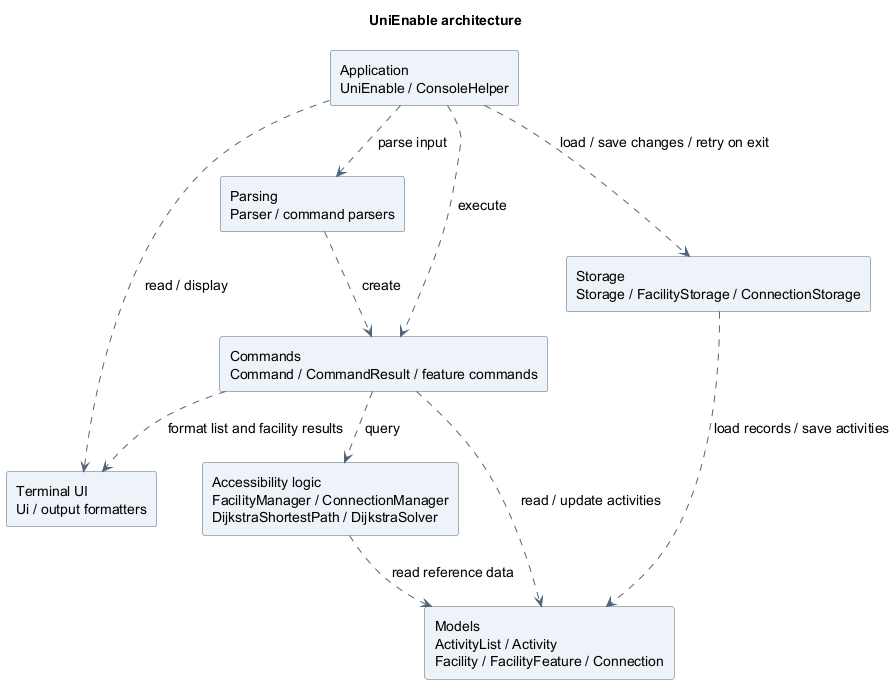
Earlier version of the PlantUML export docs/images/luke/architecture/ArchitectureDiagram.png (AY2627S1-CS2113-T10-4/tp).
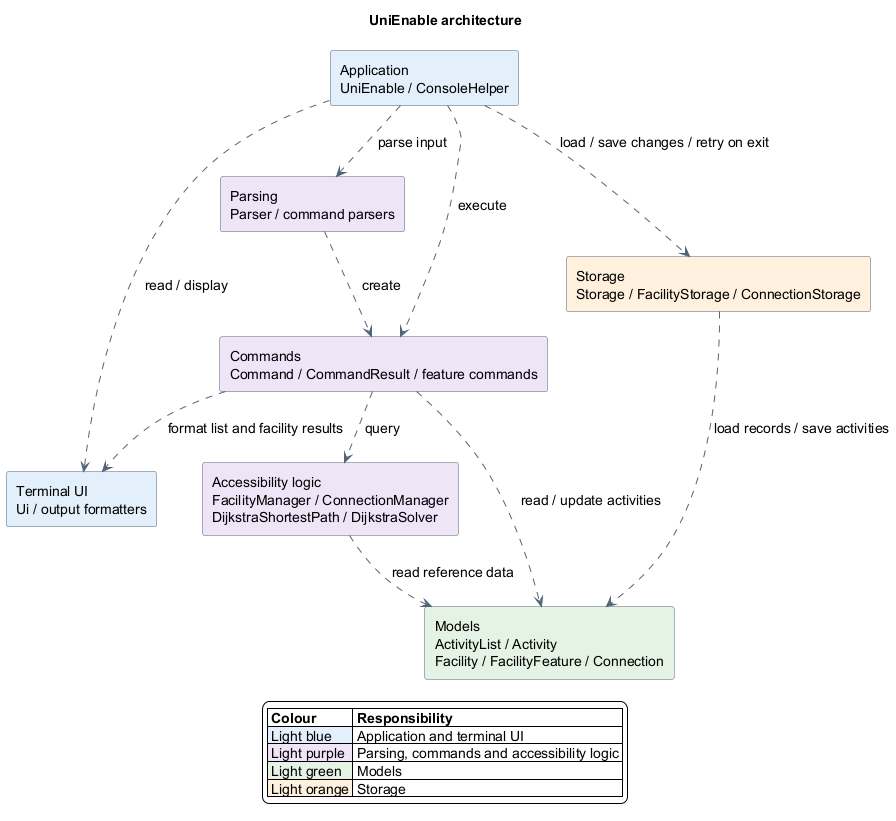
Above is the later version.

Commit message:
docs: explain design tradeoffs and colour architecture responsibilities

Document input and ended-activity policies with shared rationale anchors, add responsibility colours and a legend to the architecture diagram, and include the manual deletion of the implementation introduction.

Diff of the diagram source:
```diff
@@ -14,13 +14,13 @@
 skinparam nodesep 45
 skinparam ranksep 50
 
-component "Application\nUniEnable / ConsoleHelper" as Console
-component "Terminal UI\nUi / output formatters" as UI
-component "Parsing\nParser / command parsers" as Parsing
-component "Commands\nCommand / CommandResult / feature commands" as Commands
-component "Storage\nStorage / FacilityStorage / ConnectionStorage" as Storage
-component "Accessibility logic\nFacilityManager / ConnectionManager\nDijkstraShortestPath / DijkstraSolver" as Accessibility
-component "Models\nActivityList / Activity\nFacility / FacilityFeature / Connection" as Models
+component "Application\nUniEnable / ConsoleHelper" as Console #E3EFFB
+component "Terminal UI\nUi / output formatters" as UI #E3EFFB
+component "Parsing\nParser / command parsers" as Parsing #EEE5F7
+component "Commands\nCommand / CommandResult / feature commands" as Commands #EEE5F7
+component "Storage\nStorage / FacilityStorage / ConnectionStorage" as Storage #FFF0DC
+component "Accessibility logic\nFacilityManager / ConnectionManager\nDijkstraShortestPath / DijkstraSolver" as Accessibility #EEE5F7
+component "Models\nActivityList / Activity\nFacility / FacilityFeature / Connection" as Models #E5F2E4
 
 Console ..> UI : read / display
 Console ..> Parsing : parse input
@@ -33,4 +33,12 @@
 Accessibility ..> Models : read reference data
 Storage ..> Models : load records / save activities
 
+legend bottom
+  |= Colour |= Responsibility |
+  |<#E3EFFB> Light blue | Application and terminal UI |
+  |<#EEE5F7> Light purple | Parsing, commands and accessibility logic |
+  |<#E5F2E4> Light green | Models |
+  |<#FFF0DC> Light orange | Storage |
+endlegend
+
 @enduml
```
